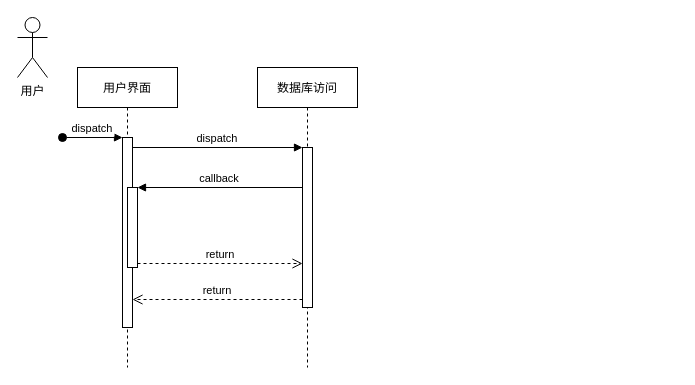
Before: 未命名绘图.drawio in SchroDr/Diagram, a draw.io diagram. Source tidied: cells renumbered, new cells numbered last; positions are measured from the earlier drawing's top-left corner, leaving out a move shared by most shapes. Both pictures are drawn from the tidied source at 100%, with x=0, y=0 at pixel (17, 17).
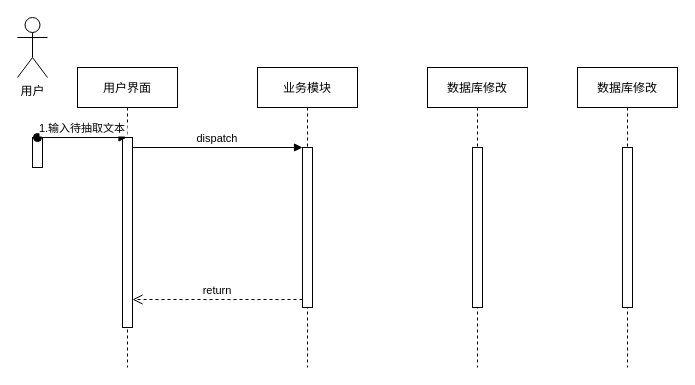
The same page after the edit.

Commit message (it also covers changes not shown here):
更新未命名绘图.drawio

Change to the diagram source:
```diff
@@
 <mxGraphModel>
   <root>
     <mxCell id="0" />
     <mxCell id="1" parent="0" />
+    <mxCell id="13" style="perimeter=orthogonalPerimeter;rounded=0;shadow=0;strokeWidth=1;" parent="1" vertex="1">
+      <mxGeometry x="15" y="120" width="10" height="30" as="geometry" />
+    </mxCell>
     <mxCell id="2" value="用户界面" style="shape=umlLifeline;perimeter=lifelinePerimeter;rounded=0;shadow=0;strokeWidth=1;" parent="1" vertex="1">
       <mxGeometry x="60" y="50" width="100" height="300" as="geometry" />
     </mxCell>
     <mxCell id="3" style="points=[];perimeter=orthogonalPerimeter;rounded=0;shadow=0;strokeWidth=1;" parent="2" vertex="1">
       <mxGeometry x="45" y="70" width="10" height="190" as="geometry" />
     </mxCell>
-    <mxCell id="4" value="dispatch" style="verticalAlign=bottom;startArrow=oval;endArrow=block;startSize=8;shadow=0;strokeWidth=1;" parent="2" edge="1" target="3">
+    <mxCell id="4" value="1.输入待抽取文本" style="verticalAlign=bottom;startArrow=oval;endArrow=block;startSize=8;shadow=0;strokeWidth=1;" parent="2" edge="1" target="2">
       <mxGeometry relative="1" as="geometry">
-        <mxPoint x="-15" y="70" as="sourcePoint" />
+        <mxPoint x="-40" y="70" as="sourcePoint" />
       </mxGeometry>
     </mxCell>
-    <mxCell id="5" style="points=[];perimeter=orthogonalPerimeter;rounded=0;shadow=0;strokeWidth=1;" parent="2" vertex="1">
-      <mxGeometry x="50" y="120" width="10" height="80" as="geometry" />
-    </mxCell>
-    <mxCell id="6" value="数据库访问" style="shape=umlLifeline;perimeter=lifelinePerimeter;rounded=0;shadow=0;strokeWidth=1;" parent="1" vertex="1">
+    <mxCell id="6" value="业务模块" style="shape=umlLifeline;perimeter=lifelinePerimeter;rounded=0;shadow=0;strokeWidth=1;" parent="1" vertex="1">
       <mxGeometry x="240" y="50" width="100" height="300" as="geometry" />
     </mxCell>
     <mxCell id="7" style="points=[];perimeter=orthogonalPerimeter;rounded=0;shadow=0;strokeWidth=1;" parent="6" vertex="1">
       <mxGeometry x="45" y="80" width="10" height="160" as="geometry" />
     </mxCell>
     <mxCell id="8" value="return" style="verticalAlign=bottom;endArrow=open;dashed=1;endSize=8;exitX=0;exitY=0.95;shadow=0;strokeWidth=1;" parent="1" edge="1" source="7" target="3">
       <mxGeometry relative="1" as="geometry" />
     </mxCell>
     <mxCell id="9" value="dispatch" style="verticalAlign=bottom;endArrow=block;entryX=0;entryY=0;shadow=0;strokeWidth=1;" parent="1" edge="1" source="3" target="7">
       <mxGeometry relative="1" as="geometry" />
     </mxCell>
-    <mxCell id="10" value="callback" style="verticalAlign=bottom;endArrow=block;entryX=1;entryY=0;shadow=0;strokeWidth=1;" parent="1" edge="1" source="7" target="5">
-      <mxGeometry relative="1" as="geometry" />
-    </mxCell>
-    <mxCell id="11" value="return" style="verticalAlign=bottom;endArrow=open;dashed=1;endSize=8;exitX=1;exitY=0.95;shadow=0;strokeWidth=1;" parent="1" edge="1" source="5" target="7">
-      <mxGeometry relative="1" as="geometry" />
-    </mxCell>
     <mxCell id="12" value="用户" style="shape=umlActor;verticalLabelPosition=bottom;verticalAlign=top;html=1;" parent="1" vertex="1">
       <mxGeometry width="30" height="60" as="geometry" />
     </mxCell>
+    <mxCell id="14" value="数据库修改" style="shape=umlLifeline;perimeter=lifelinePerimeter;rounded=0;shadow=0;strokeWidth=1;" parent="1" vertex="1">
+      <mxGeometry x="410" y="50" width="100" height="300" as="geometry" />
+    </mxCell>
+    <mxCell id="15" style="perimeter=orthogonalPerimeter;rounded=0;shadow=0;strokeWidth=1;" parent="14" vertex="1">
+      <mxGeometry x="45" y="80" width="10" height="160" as="geometry" />
+    </mxCell>
+    <mxCell id="16" value="数据库修改" style="shape=umlLifeline;perimeter=lifelinePerimeter;rounded=0;shadow=0;strokeWidth=1;" parent="1" vertex="1">
+      <mxGeometry x="560" y="50" width="100" height="300" as="geometry" />
+    </mxCell>
+    <mxCell id="17" style="perimeter=orthogonalPerimeter;rounded=0;shadow=0;strokeWidth=1;" parent="16" vertex="1">
+      <mxGeometry x="45" y="80" width="10" height="160" as="geometry" />
+    </mxCell>
   </root>
 </mxGraphModel>
```
